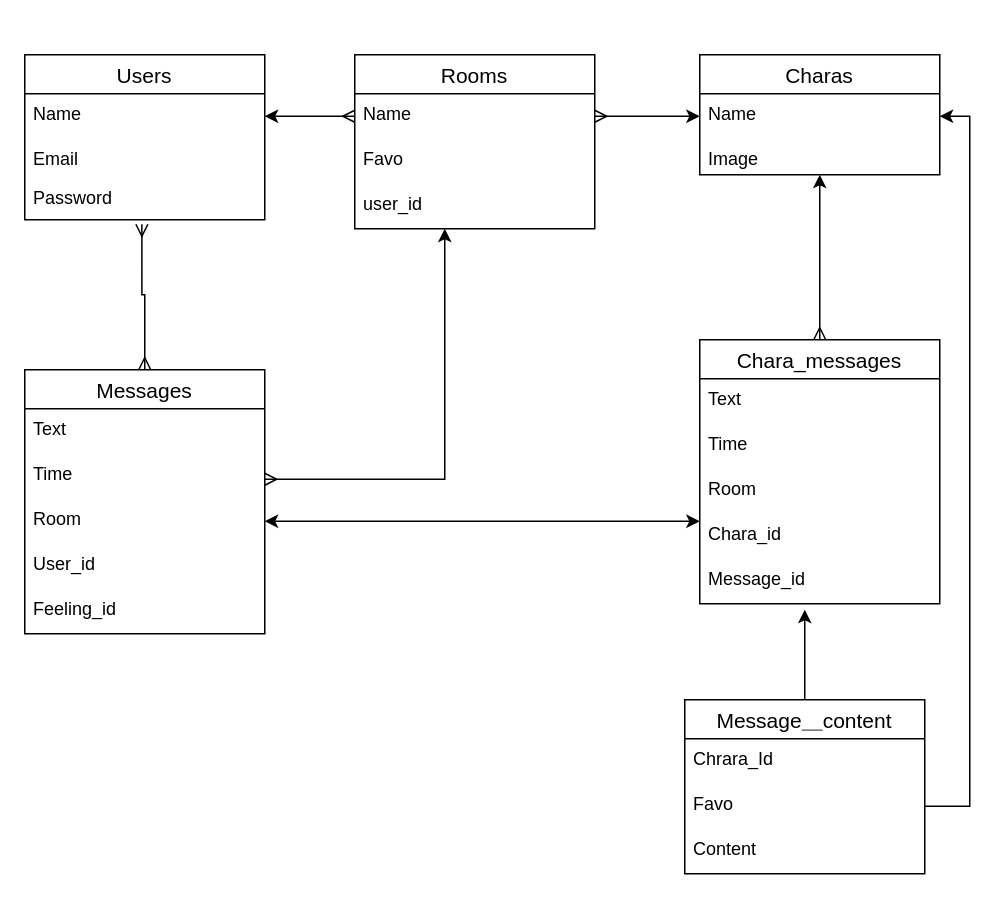
The draw.io diagram er.dio in deratokati88/chat-i, before the edit. Source tidied: cells renumbered, new cells numbered last; positions are measured from the earlier drawing's top-left corner, leaving out a move shared by most shapes. Both pictures are drawn from the tidied source at 150%, with x=0, y=0 at pixel (24, 54).
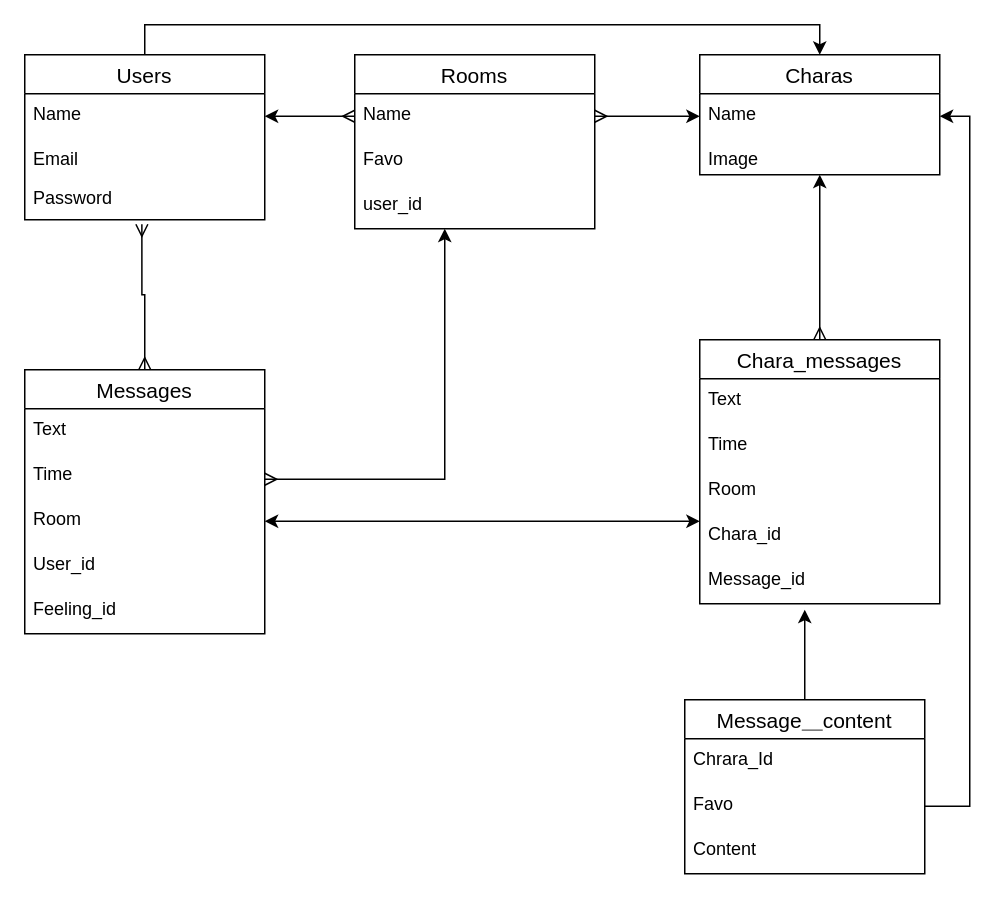
The same page after the edit.

Unchanged cells that the change refers to:
```xml
<mxCell id="2" value="Users" style="swimlane;fontStyle=0;horizontal=1;startSize=26;align=center;fontSize=14;" parent="1" vertex="1">
  <mxGeometry width="160" height="110" as="geometry" />
</mxCell>
<mxCell id="11" value="Charas" style="swimlane;fontStyle=0;horizontal=1;startSize=26;align=center;fontSize=14;" parent="1" vertex="1">
  <mxGeometry x="450" width="160" height="80" as="geometry" />
</mxCell>
```

The edit, as a diff of the source:
```diff
@@
+    <mxCell id="37" style="edgeStyle=orthogonalEdgeStyle;rounded=0;jettySize=auto;html=1;entryX=0.5;entryY=0;entryDx=0;entryDy=0;" parent="1" edge="1" source="2" target="11">
+      <mxGeometry relative="1" as="geometry">
+        <Array as="points">
+          <mxPoint x="80" y="-20" />
+          <mxPoint x="530" y="-20" />
+        </Array>
+      </mxGeometry>
+    </mxCell>
```
